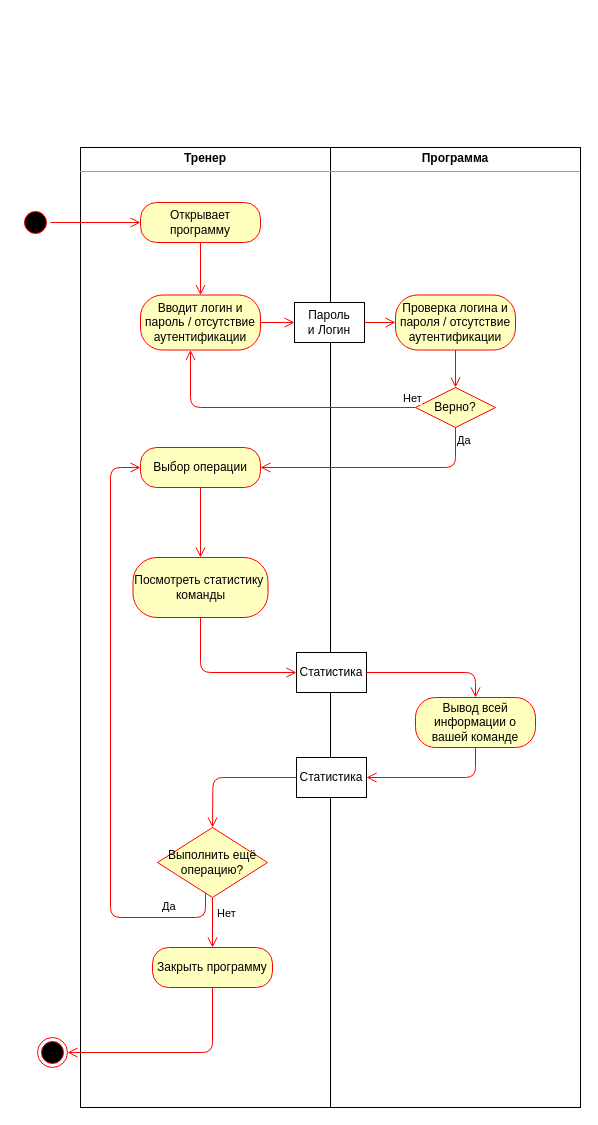
The draw.io diagram page "Страница 2" (2 of 8) of business_process_diagram.drawio in hardlywave/PPVIS, before the edit. Source tidied: cells renumbered, new cells numbered last; positions are measured from the earlier drawing's top-left corner, leaving out a move shared by most shapes. Both pictures are drawn from the tidied source at 100%, with x=0, y=0 at pixel (20, 147).
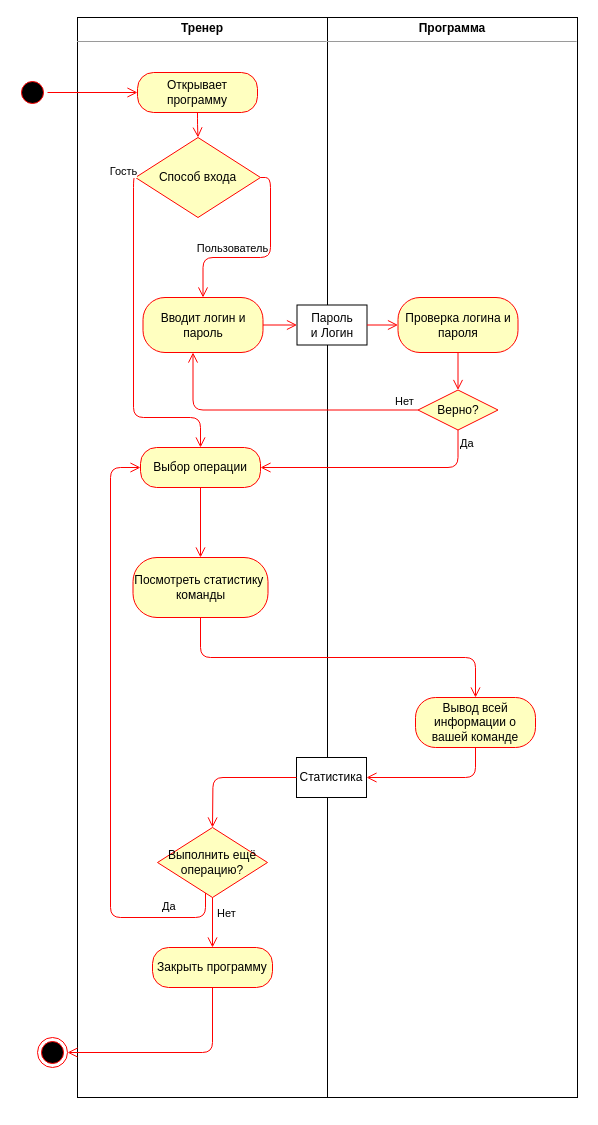
Above is the later version.

The change refers to these unchanged cells:
```xml
<mxCell id="15" value="Выбор операции" style="rounded=1;whiteSpace=wrap;html=1;arcSize=40;fontColor=#000000;fillColor=#ffffc0;strokeColor=#ff0000;" parent="1" vertex="1">
  <mxGeometry x="120" y="300" width="120" height="40" as="geometry" />
</mxCell>
<mxCell id="22" value="Посмотреть статистику&amp;nbsp;&lt;br&gt;команды" style="rounded=1;whiteSpace=wrap;html=1;arcSize=40;fontColor=#000000;fillColor=#ffffc0;strokeColor=#ff0000;" parent="1" vertex="1">
  <mxGeometry x="112.5" y="410" width="135" height="60" as="geometry" />
</mxCell>
<mxCell id="23" value="Вывод всей информации о вашей команде" style="rounded=1;whiteSpace=wrap;html=1;arcSize=40;fontColor=#000000;fillColor=#ffffc0;strokeColor=#ff0000;" parent="1" vertex="1">
  <mxGeometry x="395" y="550" width="120" height="50" as="geometry" />
</mxCell>
```

What changed in the source:
```diff
@@
     <mxCell id="2" value="&lt;p style=&quot;margin: 0px ; margin-top: 4px ; text-align: center&quot;&gt;&lt;b&gt;Тренер&lt;/b&gt;&lt;/p&gt;&lt;hr size=&quot;1&quot;&gt;&lt;div style=&quot;height: 2px&quot;&gt;&lt;/div&gt;" style="verticalAlign=top;align=left;overflow=fill;fontSize=12;fontFamily=Helvetica;html=1;" parent="1" vertex="1">
-      <mxGeometry x="60" width="250" height="960" as="geometry" />
+      <mxGeometry x="57" y="-130" width="250" height="1080" as="geometry" />
     </mxCell>
     <mxCell id="3" value="&lt;p style=&quot;margin: 0px ; margin-top: 4px ; text-align: center&quot;&gt;&lt;b&gt;Программа&lt;/b&gt;&lt;/p&gt;&lt;hr size=&quot;1&quot;&gt;&lt;div style=&quot;height: 2px&quot;&gt;&lt;/div&gt;" style="verticalAlign=top;align=left;overflow=fill;fontSize=12;fontFamily=Helvetica;html=1;" parent="1" vertex="1">
-      <mxGeometry x="310" width="250" height="960" as="geometry" />
+      <mxGeometry x="307" y="-130" width="250" height="1080" as="geometry" />
     </mxCell>
     <mxCell id="4" style="ellipse;html=1;shape=startState;fillColor=#000000;strokeColor=#ff0000;" parent="1" vertex="1">
-      <mxGeometry y="60" width="30" height="30" as="geometry" />
+      <mxGeometry x="-3" y="-70" width="30" height="30" as="geometry" />
     </mxCell>
@@
     <mxCell id="6" value="Открывает программу" style="rounded=1;whiteSpace=wrap;html=1;arcSize=40;fontColor=#000000;fillColor=#ffffc0;strokeColor=#ff0000;" parent="1" vertex="1">
-      <mxGeometry x="120" y="55" width="120" height="40" as="geometry" />
+      <mxGeometry x="117" y="-75" width="120" height="40" as="geometry" />
     </mxCell>
-    <mxCell id="7" style="edgeStyle=orthogonalEdgeStyle;html=1;verticalAlign=bottom;endArrow=open;endSize=8;strokeColor=#ff0000;entryX=0.5;entryY=0;entryDx=0;entryDy=0;" parent="1" edge="1" source="6" target="8">
+    <mxCell id="7" style="edgeStyle=orthogonalEdgeStyle;html=1;verticalAlign=bottom;endArrow=open;endSize=8;strokeColor=#ff0000;" parent="1" edge="1" source="6" target="38">
       <mxGeometry relative="1" as="geometry" />
     </mxCell>
-    <mxCell id="8" value="Вводит логин и пароль / отсутствие аутентификации" style="rounded=1;whiteSpace=wrap;html=1;arcSize=40;fontColor=#000000;fillColor=#ffffc0;strokeColor=#ff0000;" parent="1" vertex="1">
-      <mxGeometry x="120" y="147.5" width="120" height="55" as="geometry" />
-    </mxCell>
-    <mxCell id="9" style="edgeStyle=orthogonalEdgeStyle;html=1;verticalAlign=bottom;endArrow=open;endSize=8;strokeColor=#ff0000;entryX=0;entryY=0.5;entryDx=0;entryDy=0;" parent="1" edge="1" source="8" target="20">
-      <mxGeometry relative="1" as="geometry" />
-    </mxCell>
-    <mxCell id="10" value="Верно?" style="rhombus;whiteSpace=wrap;html=1;fillColor=#ffffc0;strokeColor=#ff0000;" parent="1" vertex="1">
-      <mxGeometry x="395" y="240" width="80" height="40" as="geometry" />
-    </mxCell>
-    <mxCell id="11" value="Нет" style="edgeStyle=orthogonalEdgeStyle;html=1;align=left;verticalAlign=bottom;endArrow=open;endSize=8;strokeColor=#ff0000;" parent="1" edge="1" source="10" target="8">
-      <mxGeometry x="-0.9" relative="1" as="geometry">
-        <Array as="points">
-          <mxPoint x="170" y="260" />
-        </Array>
-      </mxGeometry>
-    </mxCell>
-    <mxCell id="12" value="Да" style="edgeStyle=orthogonalEdgeStyle;html=1;align=left;verticalAlign=top;endArrow=open;endSize=8;strokeColor=#ff0000;entryX=1;entryY=0.5;entryDx=0;entryDy=0;exitX=0.5;exitY=1;exitDx=0;exitDy=0;" parent="1" edge="1" source="10" target="15">
-      <mxGeometry x="-1" relative="1" as="geometry" />
-    </mxCell>
-    <mxCell id="13" value="Проверка логина и пароля / отсутствие аутентификации" style="rounded=1;whiteSpace=wrap;html=1;arcSize=40;fontColor=#000000;fillColor=#ffffc0;strokeColor=#ff0000;" parent="1" vertex="1">
-      <mxGeometry x="375" y="147.5" width="120" height="55" as="geometry" />
-    </mxCell>
-    <mxCell id="14" style="edgeStyle=orthogonalEdgeStyle;html=1;verticalAlign=bottom;endArrow=open;endSize=8;strokeColor=#ff0000;exitX=0.5;exitY=1;exitDx=0;exitDy=0;" parent="1" edge="1" source="13" target="10">
-      <mxGeometry relative="1" as="geometry" />
-    </mxCell>
@@
-    <mxCell id="20" value="Пароль&lt;br&gt;и Логин" style="rounded=0;whiteSpace=wrap;html=1;" parent="1" vertex="1">
-      <mxGeometry x="274" y="155" width="70" height="40" as="geometry" />
-    </mxCell>
-    <mxCell id="21" style="edgeStyle=orthogonalEdgeStyle;html=1;verticalAlign=bottom;endArrow=open;endSize=8;strokeColor=#ff0000;entryX=0;entryY=0.5;entryDx=0;entryDy=0;exitX=1;exitY=0.5;exitDx=0;exitDy=0;" parent="1" edge="1" source="20" target="13">
-      <mxGeometry relative="1" as="geometry" />
-    </mxCell>
@@
-    <mxCell id="24" value="Статистика" style="rounded=0;whiteSpace=wrap;html=1;" parent="1" vertex="1">
-      <mxGeometry x="276" y="505" width="70" height="40" as="geometry" />
-    </mxCell>
@@
-    <mxCell id="28" style="edgeStyle=orthogonalEdgeStyle;html=1;verticalAlign=bottom;endArrow=open;endSize=8;strokeColor=#ff0000;exitX=0.5;exitY=1;exitDx=0;exitDy=0;entryX=0;entryY=0.5;entryDx=0;entryDy=0;" parent="1" edge="1" source="22" target="24">
+    <mxCell id="28" style="edgeStyle=orthogonalEdgeStyle;html=1;verticalAlign=bottom;endArrow=open;endSize=8;strokeColor=#ff0000;exitX=0.5;exitY=1;exitDx=0;exitDy=0;" parent="1" edge="1" source="22" target="23">
       <mxGeometry relative="1" as="geometry" />
     </mxCell>
-    <mxCell id="29" style="edgeStyle=orthogonalEdgeStyle;html=1;verticalAlign=bottom;endArrow=open;endSize=8;strokeColor=#ff0000;entryX=0.5;entryY=0;entryDx=0;entryDy=0;" parent="1" edge="1" source="24" target="23">
-      <mxGeometry relative="1" as="geometry" />
-    </mxCell>
@@
+    <mxCell id="33" value="Вводит логин и пароль" style="rounded=1;whiteSpace=wrap;html=1;arcSize=40;fontColor=#000000;fillColor=#ffffc0;strokeColor=#ff0000;" parent="1" vertex="1">
+      <mxGeometry x="122.5" y="150" width="120" height="55" as="geometry" />
+    </mxCell>
+    <mxCell id="34" style="edgeStyle=orthogonalEdgeStyle;html=1;verticalAlign=bottom;endArrow=open;endSize=8;strokeColor=#ff0000;entryX=0;entryY=0.5;entryDx=0;entryDy=0;" parent="1" edge="1" source="33" target="20">
+      <mxGeometry relative="1" as="geometry" />
+    </mxCell>
+    <mxCell id="10" value="Верно?" style="rhombus;whiteSpace=wrap;html=1;fillColor=#ffffc0;strokeColor=#ff0000;" parent="1" vertex="1">
+      <mxGeometry x="397.5" y="242.5" width="80" height="40" as="geometry" />
+    </mxCell>
+    <mxCell id="11" value="Нет" style="edgeStyle=orthogonalEdgeStyle;html=1;align=left;verticalAlign=bottom;endArrow=open;endSize=8;strokeColor=#ff0000;" parent="1" edge="1" source="10" target="33">
+      <mxGeometry x="-0.82" relative="1" as="geometry">
+        <Array as="points">
+          <mxPoint x="172.5" y="262.5" />
+        </Array>
+      </mxGeometry>
+    </mxCell>
+    <mxCell id="12" value="Да" style="edgeStyle=orthogonalEdgeStyle;html=1;align=left;verticalAlign=top;endArrow=open;endSize=8;strokeColor=#ff0000;entryX=1;entryY=0.5;entryDx=0;entryDy=0;exitX=0.5;exitY=1;exitDx=0;exitDy=0;" parent="1" edge="1" source="10" target="15">
+      <mxGeometry x="-1" relative="1" as="geometry" />
+    </mxCell>
+    <mxCell id="35" value="Проверка логина и пароля" style="rounded=1;whiteSpace=wrap;html=1;arcSize=40;fontColor=#000000;fillColor=#ffffc0;strokeColor=#ff0000;" parent="1" vertex="1">
+      <mxGeometry x="377.5" y="150" width="120" height="55" as="geometry" />
+    </mxCell>
+    <mxCell id="36" style="edgeStyle=orthogonalEdgeStyle;html=1;verticalAlign=bottom;endArrow=open;endSize=8;strokeColor=#ff0000;exitX=0.5;exitY=1;exitDx=0;exitDy=0;" parent="1" edge="1" source="35" target="10">
+      <mxGeometry relative="1" as="geometry" />
+    </mxCell>
+    <mxCell id="20" value="Пароль&lt;br&gt;и Логин" style="rounded=0;whiteSpace=wrap;html=1;" parent="1" vertex="1">
+      <mxGeometry x="276.5" y="157.5" width="70" height="40" as="geometry" />
+    </mxCell>
+    <mxCell id="37" style="edgeStyle=orthogonalEdgeStyle;html=1;verticalAlign=bottom;endArrow=open;endSize=8;strokeColor=#ff0000;entryX=0;entryY=0.5;entryDx=0;entryDy=0;exitX=1;exitY=0.5;exitDx=0;exitDy=0;" parent="1" edge="1" source="20" target="35">
+      <mxGeometry relative="1" as="geometry" />
+    </mxCell>
+    <mxCell id="38" value="Способ входа" style="rhombus;whiteSpace=wrap;html=1;fillColor=#ffffc0;strokeColor=#ff0000;" parent="1" vertex="1">
+      <mxGeometry x="115" y="-10" width="125" height="80" as="geometry" />
+    </mxCell>
+    <mxCell id="39" value="Гость" style="edgeStyle=orthogonalEdgeStyle;html=1;verticalAlign=bottom;endArrow=open;endSize=8;strokeColor=#ff0000;entryX=0.5;entryY=0;entryDx=0;entryDy=0;" parent="1" edge="1" source="38" target="15">
+      <mxGeometry x="-0.97" y="-10" relative="1" as="geometry">
+        <Array as="points">
+          <mxPoint x="113" y="30" />
+          <mxPoint x="113" y="270" />
+          <mxPoint x="180" y="270" />
+        </Array>
+      </mxGeometry>
+    </mxCell>
+    <mxCell id="40" value="Пользователь" style="edgeStyle=orthogonalEdgeStyle;html=1;verticalAlign=bottom;endArrow=open;endSize=8;strokeColor=#ff0000;exitX=1;exitY=0.5;exitDx=0;exitDy=0;" parent="1" edge="1" source="38" target="33">
+      <mxGeometry x="0.3" relative="1" as="geometry" />
+    </mxCell>
```
